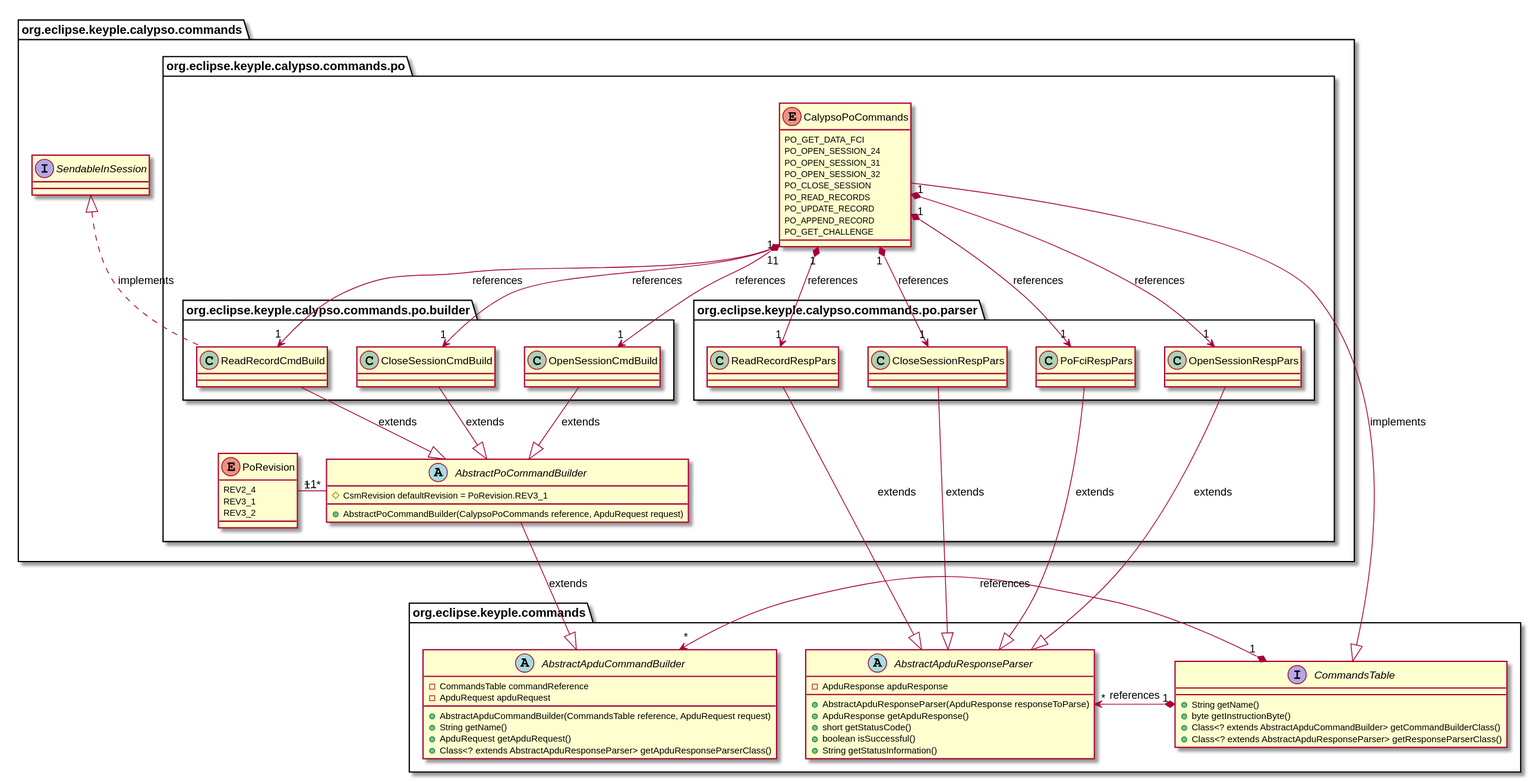
Earlier version of the PlantUML export keyple-extension-calypso-spec/img/uml-classDiagram-CalypsoCommand-PoCommands.svg (yvonneyam/keyple-doc-yy).
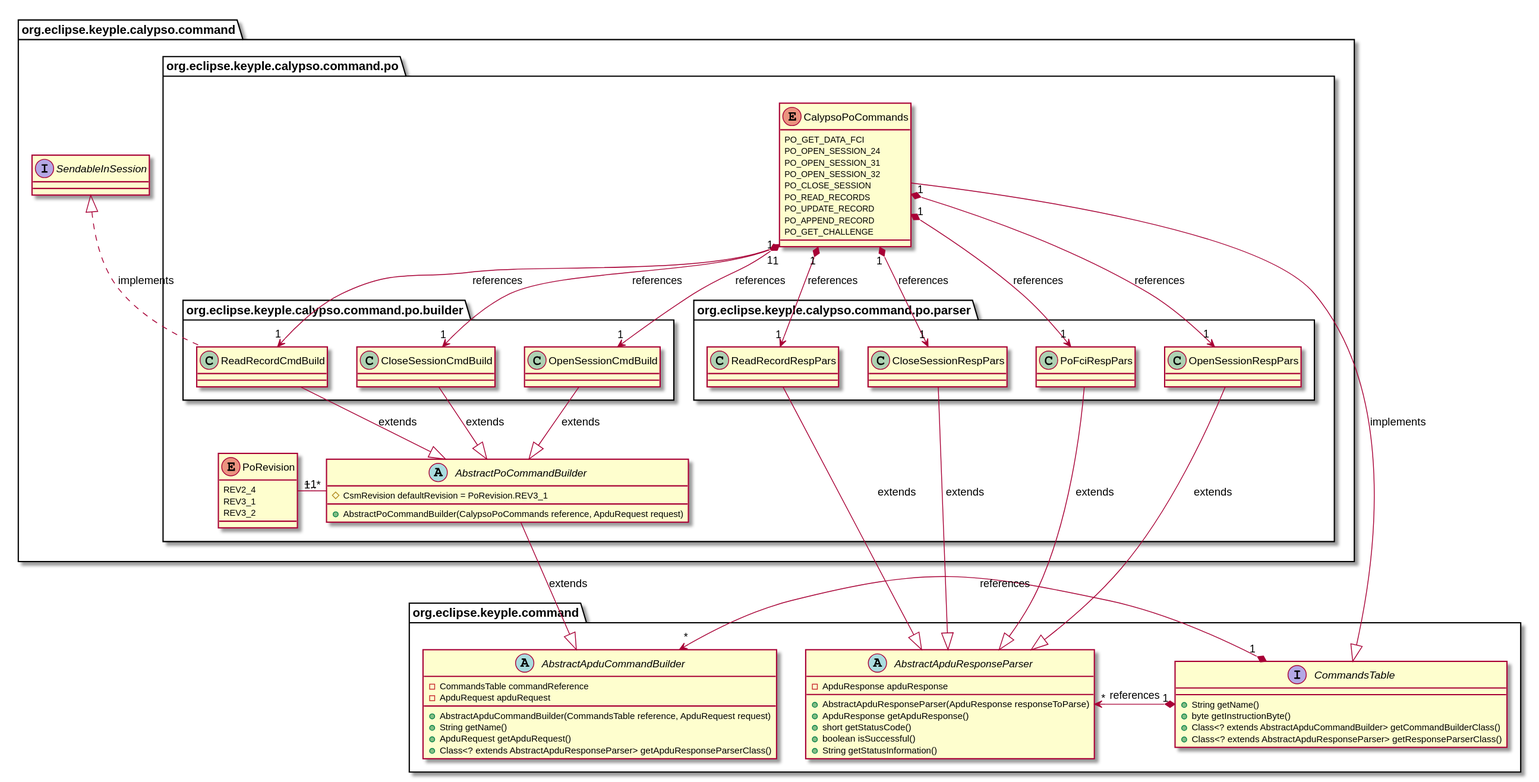
Later version of the same file.

Change to the diagram source:
```diff
@@ -1,5 +1,6 @@
 @startuml
-package org.eclipse.keyple.commands #FFFFFF {
+
+package org.eclipse.keyple.command #FFFFFF {
 
 abstract AbstractApduCommandBuilder {
   -CommandsTable commandReference
@@ -29,9 +30,9 @@
 CommandsTable "1" *-left-> "*" AbstractApduCommandBuilder : references
 CommandsTable "1" *-right-> "*" AbstractApduResponseParser : references
 }
-package org.eclipse.keyple.calypso.commands #FFFFFF {
+package org.eclipse.keyple.calypso.command #FFFFFF {
 
-package org.eclipse.keyple.calypso.commands.po #FFFFFF {
+package org.eclipse.keyple.calypso.command.po #FFFFFF {
 
 abstract AbstractPoCommandBuilder {
   #CsmRevision defaultRevision = PoRevision.REV3_1
@@ -59,13 +60,13 @@
 }
 
 
-package org.eclipse.keyple.calypso.commands.po.builder #FFFFFF {
+package org.eclipse.keyple.calypso.command.po.builder #FFFFFF {
 class OpenSessionCmdBuild
 class ReadRecordCmdBuild
 class CloseSessionCmdBuild
 }
 
-package org.eclipse.keyple.calypso.commands.po.parser #FFFFFF {
+package org.eclipse.keyple.calypso.command.po.parser #FFFFFF {
 class PoFciRespPars
 class OpenSessionRespPars
 class ReadRecordRespPars
```
